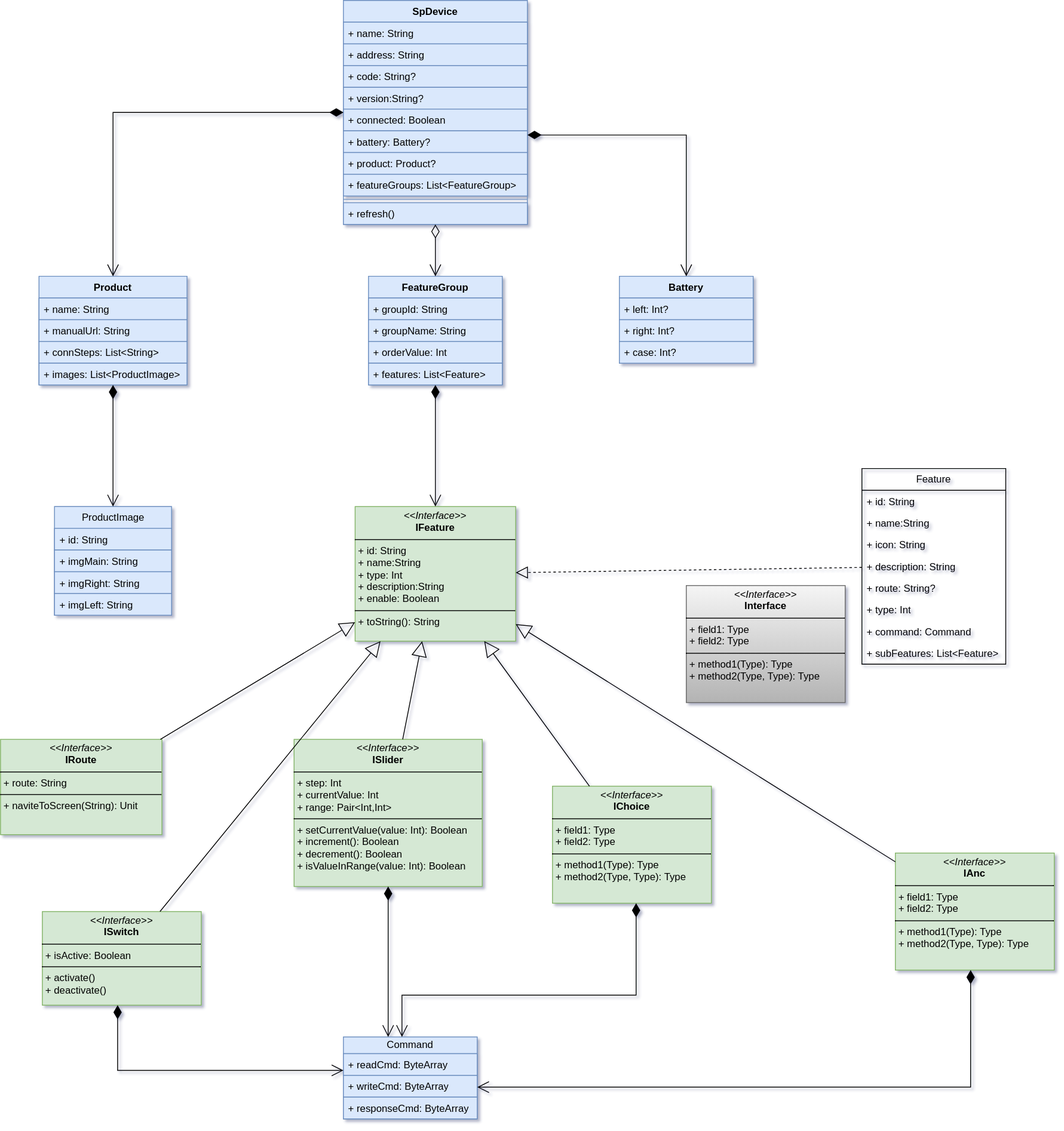
kekemao00/draw-libs keeps this draw.io diagram as sp-device.drawio.svg. Above is the earlier version. Source tidied: cells renumbered, new cells last; positions are measured from the earlier drawing's top-left corner, leaving out a move shared by most shapes.
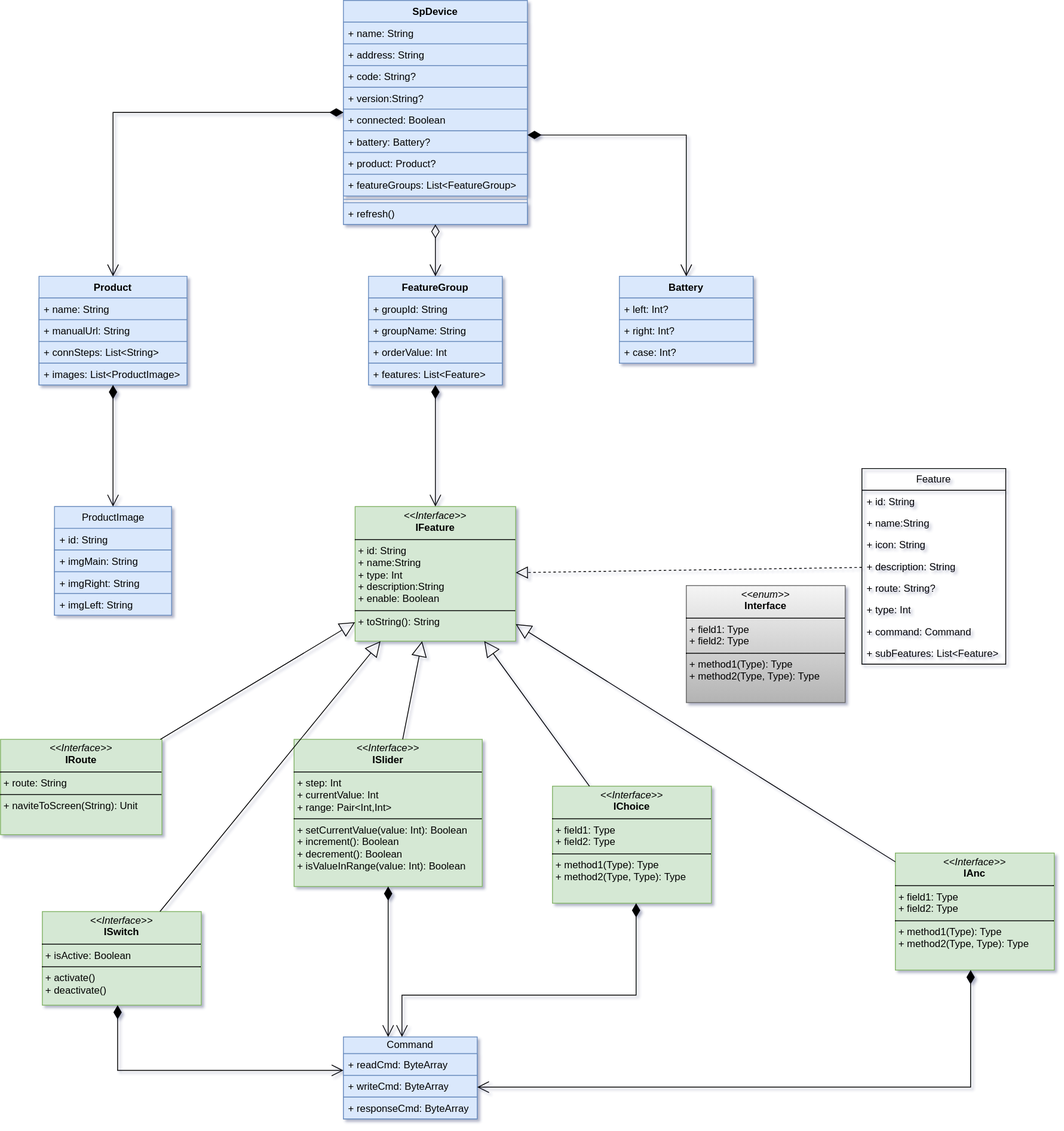
The same file after the commit.

Change to the diagram source:
```diff
@@ -217,7 +217,7 @@
         </Array>
       </mxGeometry>
     </mxCell>
-    <mxCell id="66" value="&lt;p style=&quot;margin:0px;margin-top:4px;text-align:center;&quot;&gt;&lt;i&gt;&amp;lt;&amp;lt;Interface&amp;gt;&amp;gt;&lt;/i&gt;&lt;br/&gt;&lt;b&gt;Interface&lt;/b&gt;&lt;/p&gt;&lt;hr size=&quot;1&quot; style=&quot;border-style:solid;&quot;/&gt;&lt;p style=&quot;margin:0px;margin-left:4px;&quot;&gt;+ field1: Type&lt;br/&gt;+ field2: Type&lt;/p&gt;&lt;hr size=&quot;1&quot; style=&quot;border-style:solid;&quot;/&gt;&lt;p style=&quot;margin:0px;margin-left:4px;&quot;&gt;+ method1(Type): Type&lt;br/&gt;+ method2(Type, Type): Type&lt;/p&gt;" style="verticalAlign=top;align=left;overflow=fill;html=1;whiteSpace=wrap;fillColor=#f5f5f5;strokeColor=#666666;gradientColor=#b3b3b3;" parent="1" vertex="1">
+    <mxCell id="66" value="&lt;p style=&quot;margin:0px;margin-top:4px;text-align:center;&quot;&gt;&lt;i&gt;&amp;lt;&amp;lt;enum&amp;gt;&amp;gt;&lt;/i&gt;&lt;br&gt;&lt;b&gt;Interface&lt;/b&gt;&lt;/p&gt;&lt;hr size=&quot;1&quot; style=&quot;border-style:solid;&quot;&gt;&lt;p style=&quot;margin:0px;margin-left:4px;&quot;&gt;+ field1: Type&lt;br&gt;+ field2: Type&lt;/p&gt;&lt;hr size=&quot;1&quot; style=&quot;border-style:solid;&quot;&gt;&lt;p style=&quot;margin:0px;margin-left:4px;&quot;&gt;+ method1(Type): Type&lt;br&gt;+ method2(Type, Type): Type&lt;/p&gt;" style="verticalAlign=top;align=left;overflow=fill;html=1;whiteSpace=wrap;fillColor=#f5f5f5;strokeColor=#666666;gradientColor=#b3b3b3;" parent="1" vertex="1">
       <mxGeometry x="820" y="700" width="190" height="140" as="geometry" />
     </mxCell>
   </root>
```
